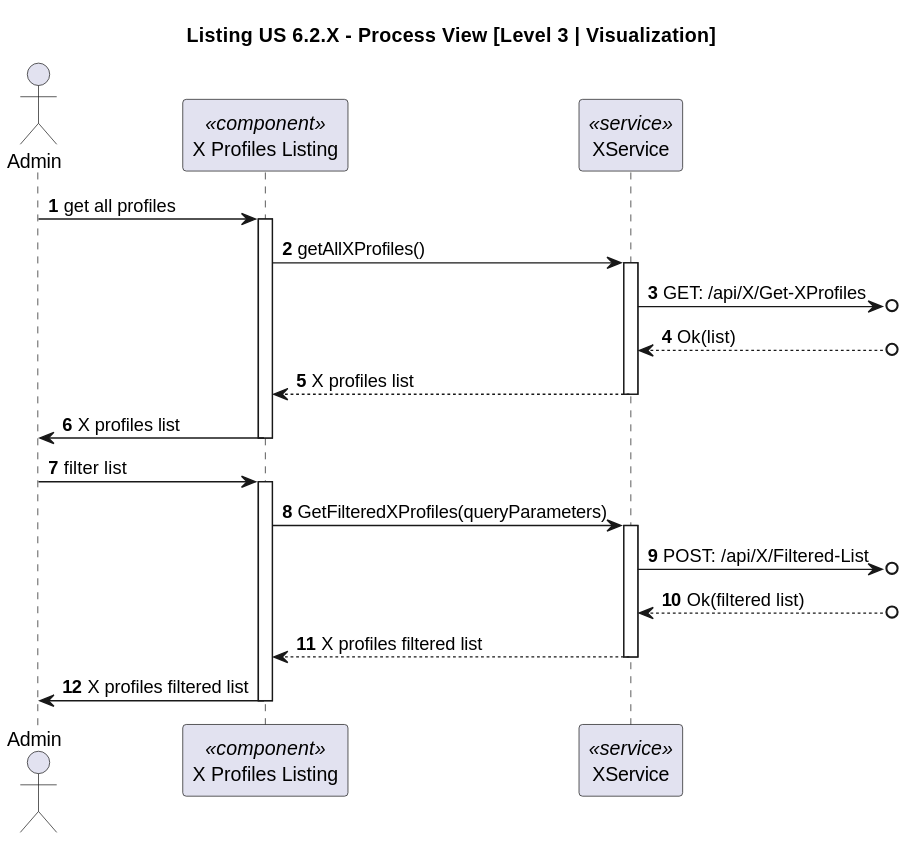
Earlier version of the PlantUML export docs/sprint-2/1220683/general-process-view-diagrams/listing-profiles/Level-3/listing-profile-us-visualization-process-view-lvl3.svg (rita-barbosa/LAPR5-2425).
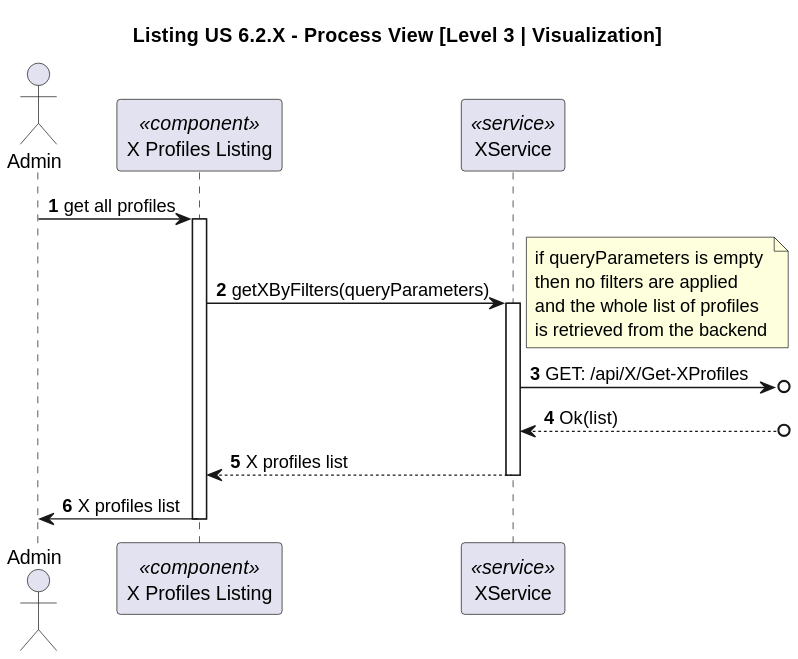
The same diagram one commit later.

Change to the diagram source:
```diff
@@ -11,7 +11,13 @@
 USER -> PPL : get all profiles
 activate PPL
 
-PPL -> XS : getAllXProfiles()
+PPL -> XS : getXByFilters(queryParameters)
+note right
+if queryParameters is empty
+then no filters are applied
+and the whole list of profiles
+is retrieved from the backend
+end note
 activate XS
 
 XS ->o] : GET: /api/X/Get-XProfiles
@@ -24,21 +30,4 @@
 
 PPL -> USER : X profiles list
 deactivate PPL
-
-
-USER -> PPL : filter list
-activate PPL
-
-PPL -> XS : GetFilteredXProfiles(queryParameters)
-activate XS
-
-XS ->o] : POST: /api/X/Filtered-List
-
-XS <--o] : Ok(filtered list)
-
-XS --> PPL : X profiles filtered list
-deactivate XS
-
-PPL -> USER : X profiles filtered list
-deactivate PPL
 @enduml
```
